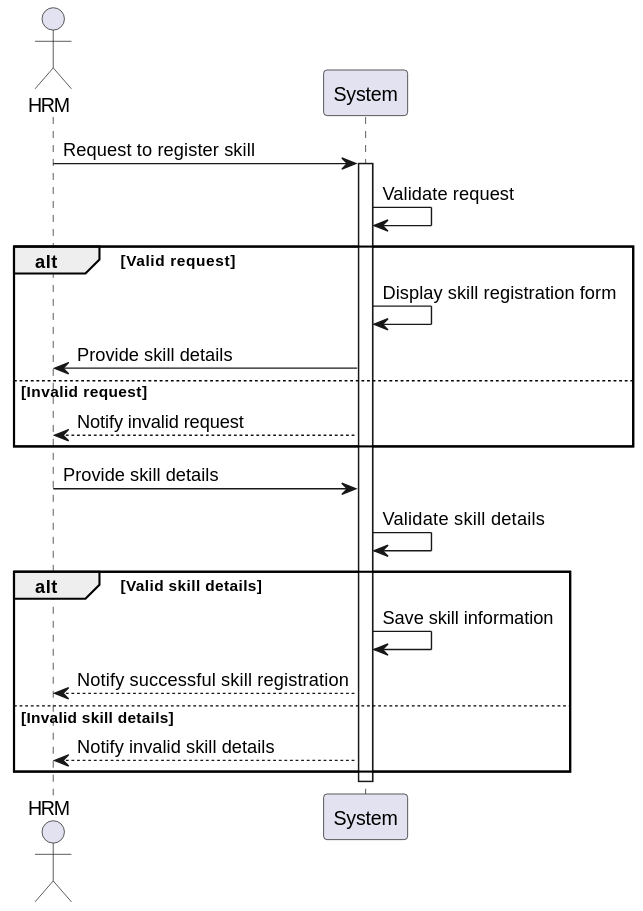
RicardoMorim/lapr2-ISEP-Project keeps this PlantUML diagram as docs/sprintA/us001/01.requirements-engineering/svg/us001-system-sequence-diagram-alternative-one.svg. Above is the earlier version.
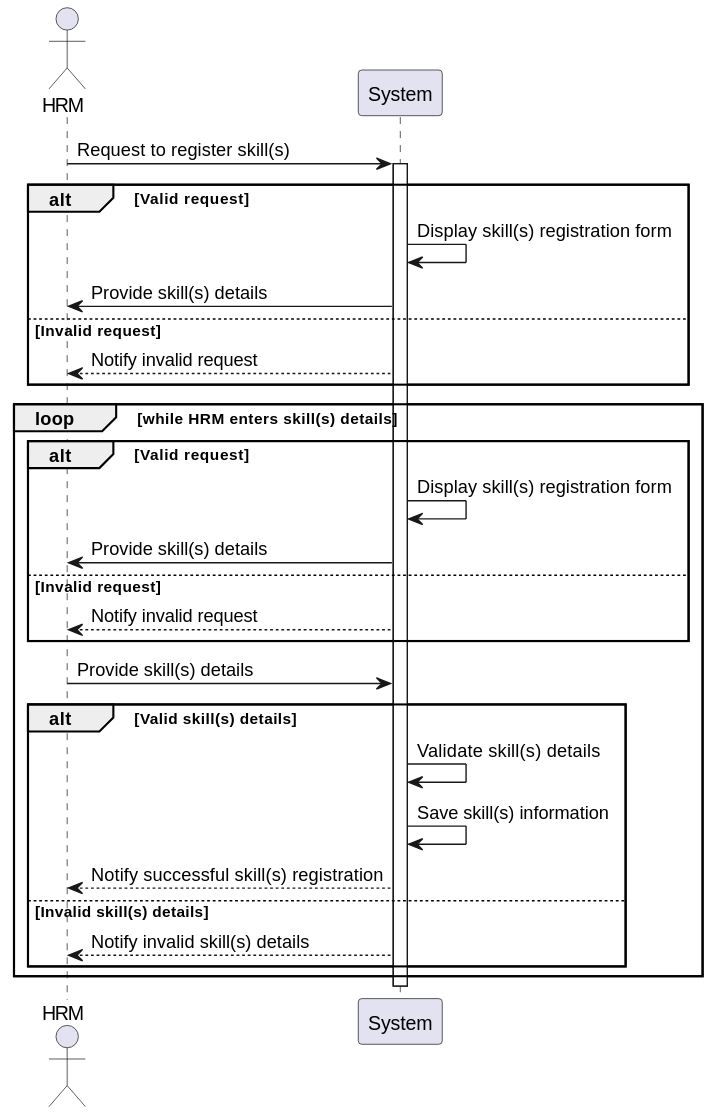
Later version of the same file.

Change to the diagram source:
```diff
@@ -2,23 +2,33 @@
 actor "HRM" as HRM
 participant "System" as System
 
-HRM -> System: Request to register skill
+HRM -> System: Request to register skill(s)
 activate System
-System -> System: Validate request
+
 alt Valid request
-    System -> System: Display skill registration form
-    System -> HRM: Provide skill details
+    System -> System: Display skill(s) registration form
+    System -> HRM: Provide skill(s) details
 else Invalid request
     System --> HRM: Notify invalid request
 end
 
-HRM -> System: Provide skill details
-System -> System: Validate skill details
-alt Valid skill details
-    System -> System: Save skill information
-    System --> HRM: Notify successful skill registration
-else Invalid skill details
-    System --> HRM: Notify invalid skill details
+loop while HRM enters skill(s) details
+alt Valid request
+    System -> System: Display skill(s) registration form
+    System -> HRM: Provide skill(s) details
+else Invalid request
+    System --> HRM: Notify invalid request
+end
+
+HRM -> System: Provide skill(s) details
+
+alt Valid skill(s) details
+System -> System: Validate skill(s) details
+    System -> System: Save skill(s) information
+    System --> HRM: Notify successful skill(s) registration
+else Invalid skill(s) details
+    System --> HRM: Notify invalid skill(s) details
+end
 end
 
 deactivate System
```
